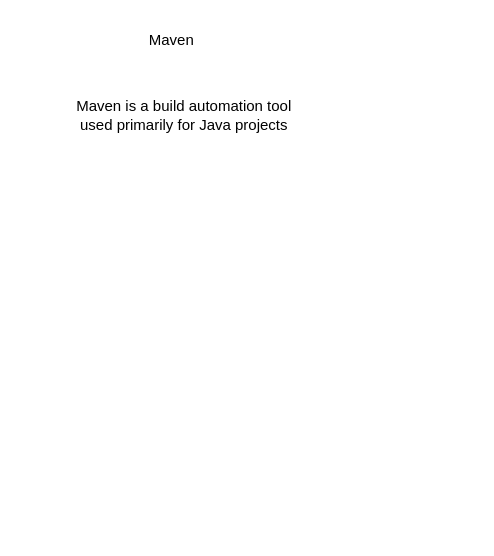
Above: page "Page-1" (1 of 4) of maven.drawio in fasalgithub/SpringBootAI (draw.io), before the change. Source tidied: cells renumbered, new cells numbered last; positions are measured from the earlier drawing's top-left corner, leaving out a move shared by most shapes. Both pictures are drawn from the tidied source at 125%, with x=0, y=0 at pixel (59, 21).
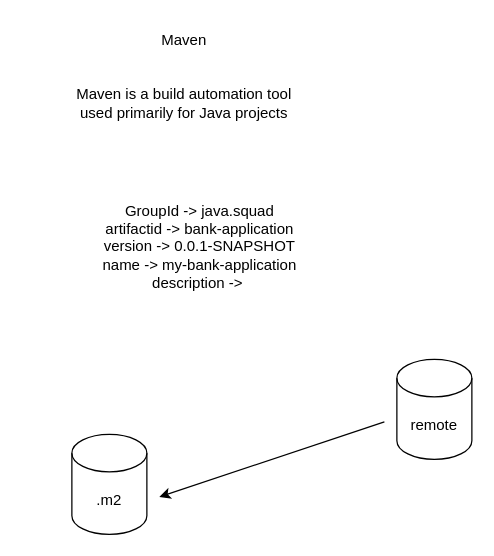
After the change.

Diff of the diagram source:
```diff
@@
 <mxGraphModel>
   <root>
     <mxCell id="0" />
     <mxCell id="1" parent="0" />
     <mxCell id="2" value="Maven" style="text;html=1;strokeColor=none;fillColor=none;align=center;verticalAlign=middle;whiteSpace=wrap;rounded=0;" parent="1" vertex="1">
-      <mxGeometry x="60" width="60" height="30" as="geometry" />
+      <mxGeometry x="70" width="60" height="30" as="geometry" />
     </mxCell>
     <mxCell id="3" value="Maven is a build automation tool used primarily for Java projects" style="text;html=1;strokeColor=none;fillColor=none;align=center;verticalAlign=middle;whiteSpace=wrap;rounded=0;" parent="1" vertex="1">
-      <mxGeometry y="40" width="200" height="70" as="geometry" />
+      <mxGeometry y="30" width="200" height="70" as="geometry" />
     </mxCell>
+    <mxCell id="4" value="GroupId -&amp;gt; java.squad&lt;br&gt;artifactid -&amp;gt; bank-application&lt;br&gt;version -&amp;gt; 0.0.1-SNAPSHOT&lt;br&gt;name -&amp;gt; my-bank-application&lt;br&gt;description -&amp;gt;&amp;nbsp;" style="text;html=1;align=center;verticalAlign=middle;whiteSpace=wrap;rounded=0;" parent="1" vertex="1">
+      <mxGeometry x="-30" y="120" width="285" height="120" as="geometry" />
+    </mxCell>
+    <mxCell id="5" value=".m2" style="shape=cylinder3;whiteSpace=wrap;html=1;boundedLbl=1;backgroundOutline=1;size=15;" parent="1" vertex="1">
+      <mxGeometry x="10" y="330" width="60" height="80" as="geometry" />
+    </mxCell>
+    <mxCell id="6" value="remote" style="shape=cylinder3;whiteSpace=wrap;html=1;boundedLbl=1;backgroundOutline=1;size=15;" parent="1" vertex="1">
+      <mxGeometry x="270" y="270" width="60" height="80" as="geometry" />
+    </mxCell>
+    <mxCell id="7" style="endArrow=classic;html=1;rounded=0;" parent="1" edge="1">
+      <mxGeometry relative="1" as="geometry">
+        <mxPoint x="260" y="320" as="sourcePoint" />
+        <mxPoint x="80" y="380" as="targetPoint" />
+      </mxGeometry>
+    </mxCell>
   </root>
 </mxGraphModel>
```
